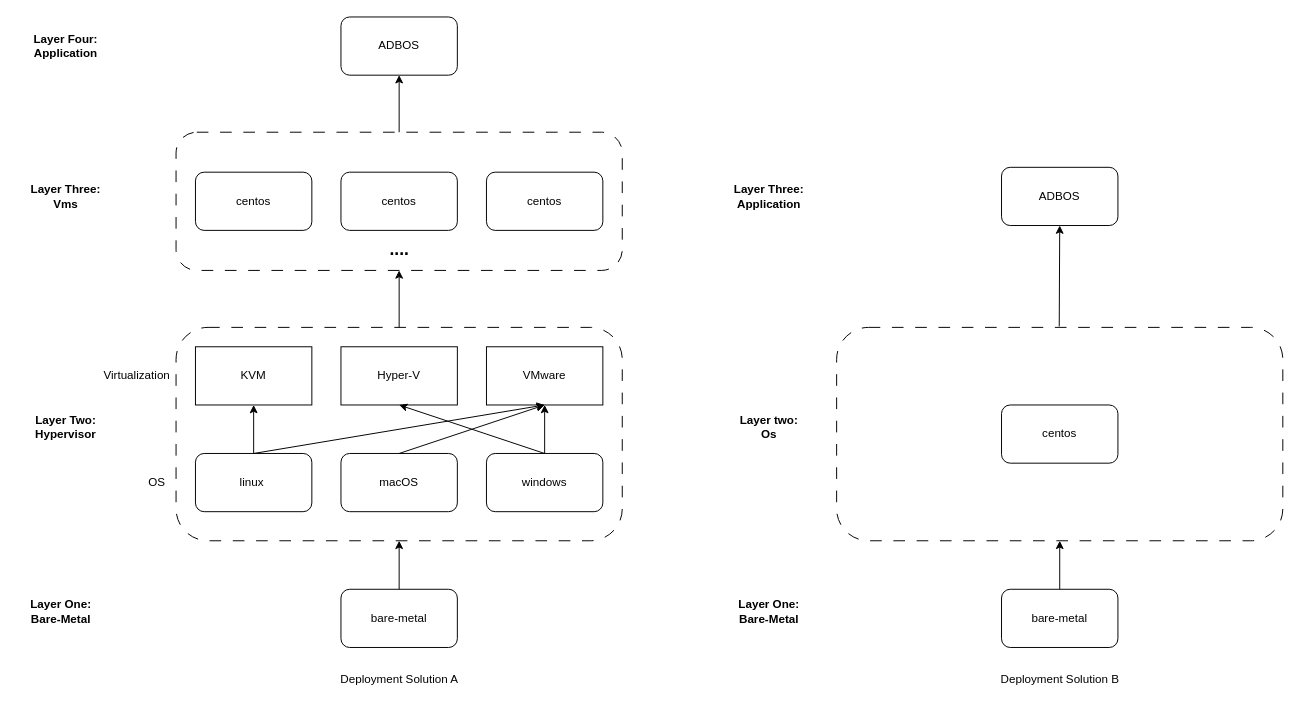
The draw.io diagram deployment.drawio in caihuayu0322/drawio-github, before the edit. Source tidied: cells renumbered, new cells numbered last; positions are measured from the earlier drawing's top-left corner, leaving out a move shared by most shapes. Both pictures are drawn from the tidied source at 97%, with x=0, y=0 at pixel (16, 16).
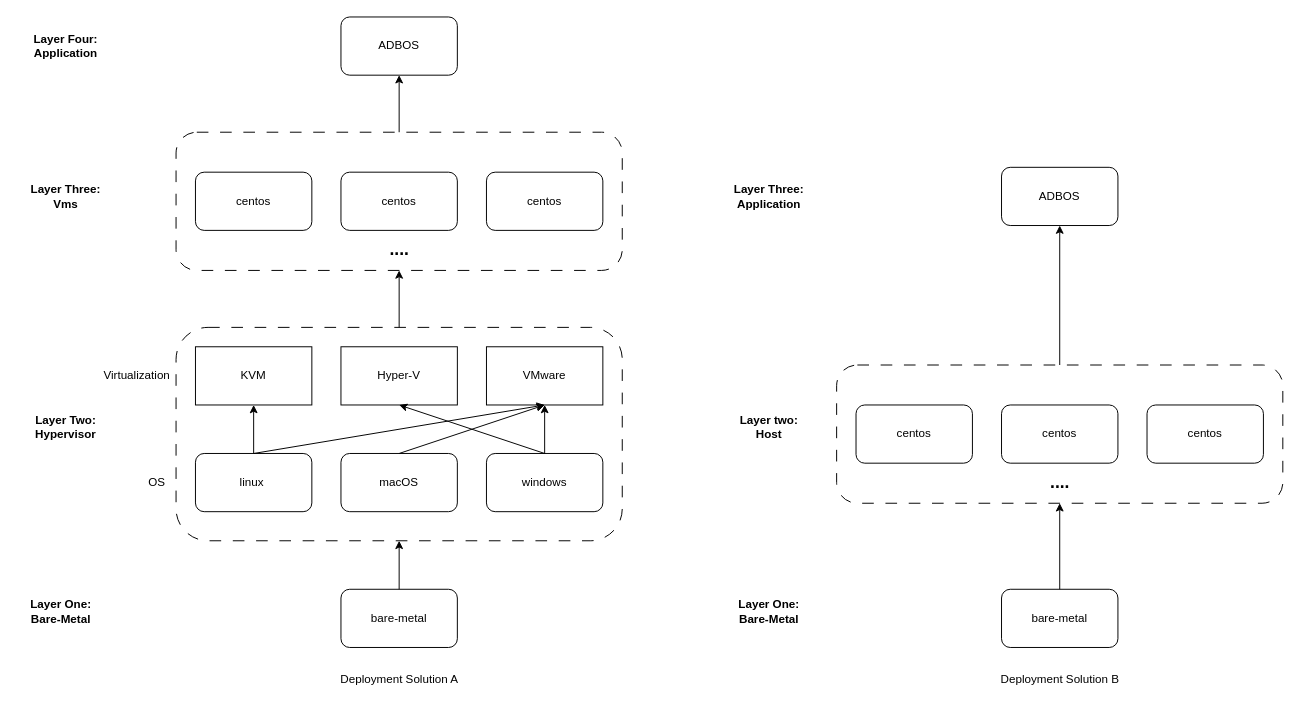
After the change.

The change refers to these unchanged cells:
```xml
<mxCell id="24" value="bare-metal" style="rounded=1;whiteSpace=wrap;html=1;" parent="1" vertex="1">
  <mxGeometry x="1015" y="590" width="120" height="60" as="geometry" />
</mxCell>
<mxCell id="27" value="ADBOS" style="rounded=1;whiteSpace=wrap;html=1;" parent="1" vertex="1">
  <mxGeometry x="1015" y="155" width="120" height="60" as="geometry" />
</mxCell>
```

The edit, as a diff of the source:
```diff
@@
-    <mxCell id="25" style="endArrow=classic;html=1;rounded=0;exitX=0.5;exitY=0;exitDx=0;exitDy=0;entryX=0.5;entryY=1;entryDx=0;entryDy=0;" parent="1" edge="1" source="24">
-      <mxGeometry relative="1" as="geometry">
-        <mxPoint x="1075" y="540" as="targetPoint" />
-      </mxGeometry>
+    <mxCell id="25" style="endArrow=classic;html=1;rounded=0;exitX=0.5;exitY=0;exitDx=0;exitDy=0;entryX=0.5;entryY=1;entryDx=0;entryDy=0;" parent="1" edge="1" source="24" target="41">
+      <mxGeometry relative="1" as="geometry" />
     </mxCell>
-    <mxCell id="26" style="endArrow=classic;html=1;rounded=0;exitX=0.5;exitY=0;exitDx=0;exitDy=0;entryX=0.5;entryY=1;entryDx=0;entryDy=0;" parent="1" edge="1" target="27">
-      <mxGeometry relative="1" as="geometry">
-        <mxPoint x="1074.5" y="319" as="sourcePoint" />
-      </mxGeometry>
+    <mxCell id="26" style="endArrow=classic;html=1;rounded=0;exitX=0.5;exitY=0;exitDx=0;exitDy=0;entryX=0.5;entryY=1;entryDx=0;entryDy=0;" parent="1" edge="1" source="41" target="27">
+      <mxGeometry relative="1" as="geometry" />
     </mxCell>
@@
-    <mxCell id="36" value="&lt;b&gt;Layer two:&lt;br&gt;Os&lt;br&gt;&lt;/b&gt;" style="text;html=1;align=center;verticalAlign=middle;strokeColor=none;fillColor=none;" parent="1" vertex="1">
+    <mxCell id="36" value="&lt;b&gt;Layer two:&lt;br&gt;Host&lt;br&gt;&lt;/b&gt;" style="text;html=1;align=center;verticalAlign=middle;strokeColor=none;fillColor=none;" parent="1" vertex="1">
       <mxGeometry x="735" y="403" width="80" height="40" as="geometry" />
     </mxCell>
@@
-    <mxCell id="39" style="rounded=1;whiteSpace=wrap;html=1;dashed=1;dashPattern=12 12;fillColor=none;" parent="1" vertex="1">
-      <mxGeometry x="845" y="320" width="460" height="220" as="geometry" />
-    </mxCell>
+    <mxCell id="41" style="rounded=1;whiteSpace=wrap;html=1;dashed=1;dashPattern=12 12;fillColor=none;" parent="1" vertex="1">
+      <mxGeometry x="845" y="358.8" width="460" height="142.5" as="geometry" />
+    </mxCell>
+    <mxCell id="42" value="centos" style="rounded=1;whiteSpace=wrap;html=1;" parent="1" vertex="1">
+      <mxGeometry x="865" y="400" width="120" height="60" as="geometry" />
+    </mxCell>
@@
+    <mxCell id="43" value="centos" style="rounded=1;whiteSpace=wrap;html=1;" parent="1" vertex="1">
+      <mxGeometry x="1165" y="400" width="120" height="60" as="geometry" />
+    </mxCell>
+    <mxCell id="44" value="&lt;b&gt;&lt;font style=&quot;font-size: 18px;&quot;&gt;....&lt;/font&gt;&lt;/b&gt;" style="text;html=1;align=center;verticalAlign=middle;strokeColor=none;fillColor=none;" parent="1" vertex="1">
+      <mxGeometry x="1055" y="460" width="40" height="40" as="geometry" />
+    </mxCell>
```
